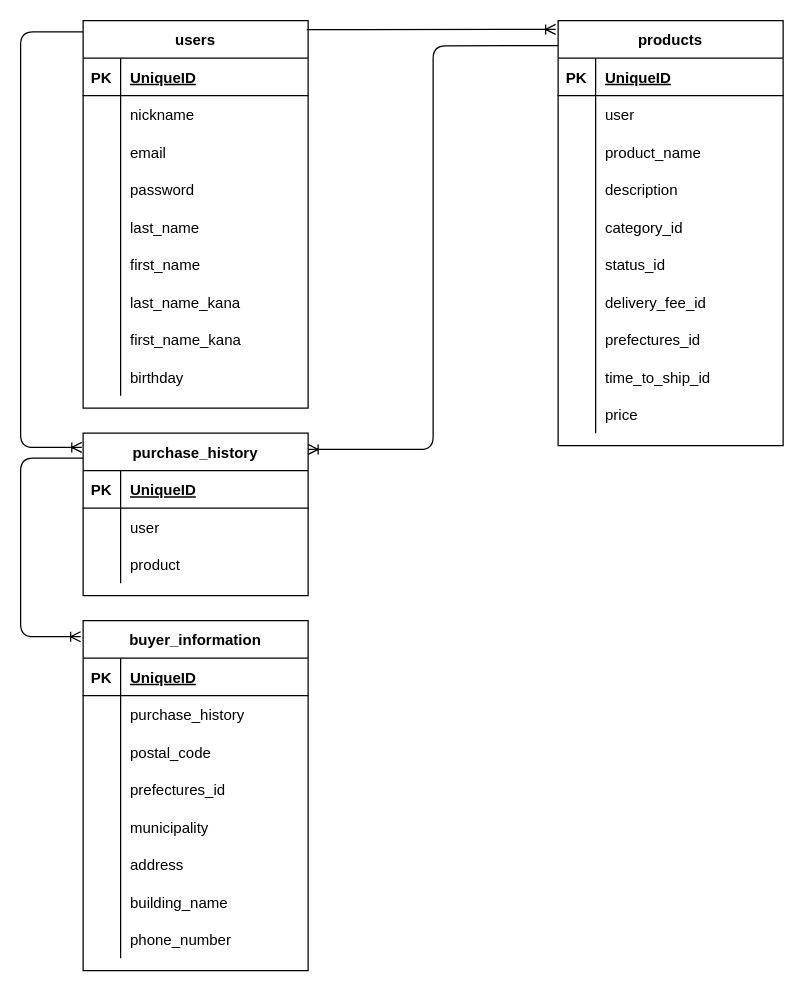
The draw.io diagram ER.dio in koshiro-saito/furima-31967, before the edit. Source tidied: cells renumbered, new cells numbered last; positions are measured from the earlier drawing's top-left corner, leaving out a move shared by most shapes. Both pictures are drawn from the tidied source at 125%, with x=0, y=0 at pixel (20, 20).
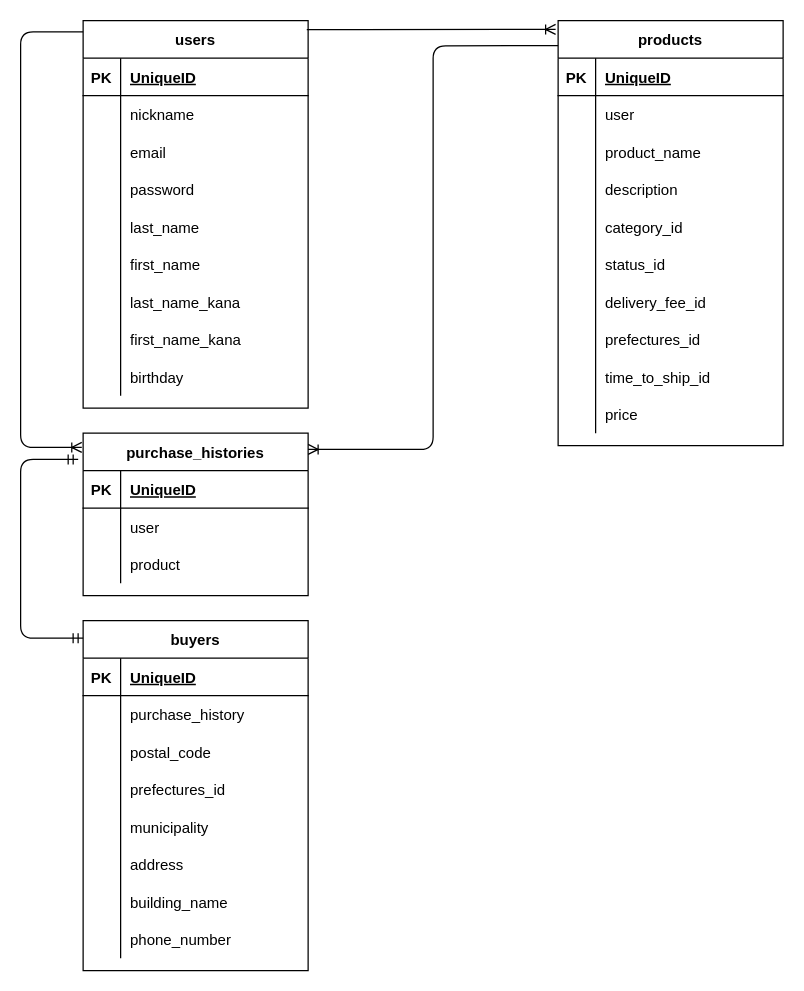
The same page after the edit.

What changed in the source:
```diff
@@
-    <mxCell id="61" value="purchase_history" style="shape=table;startSize=30;childLayout=tableLayout;rowLines=0;fontStyle=1;align=center;" parent="1" vertex="1">
+    <mxCell id="61" value="purchase_histories" style="shape=table;startSize=30;childLayout=tableLayout;rowLines=0;fontStyle=1;align=center;" parent="1" vertex="1">
       <mxGeometry x="50" y="330" width="180" height="130" as="geometry" />
     </mxCell>
@@
-    <mxCell id="72" value="buyer_information" style="shape=table;startSize=30;childLayout=tableLayout;rowLines=0;fontStyle=1;align=center;" parent="1" vertex="1">
+    <mxCell id="72" value="buyers" style="shape=table;startSize=30;childLayout=tableLayout;rowLines=0;fontStyle=1;align=center;" parent="1" vertex="1">
       <mxGeometry x="50" y="480" width="180" height="280" as="geometry" />
     </mxCell>
@@
-    <mxCell id="99" style="edgeStyle=elbowEdgeStyle;fontSize=12;html=1;endArrow=ERoneToMany;exitX=0;exitY=0.154;exitDx=0;exitDy=0;exitPerimeter=0;entryX=-0.011;entryY=0.046;entryDx=0;entryDy=0;entryPerimeter=0;" parent="1" edge="1" source="61" target="72">
-      <mxGeometry relative="1" as="geometry">
-        <Array as="points">
-          <mxPoint y="420" />
-        </Array>
-      </mxGeometry>
-    </mxCell>
+    <mxCell id="100" style="edgeStyle=orthogonalEdgeStyle;fontSize=12;html=1;endArrow=ERmandOne;startArrow=ERmandOne;entryX=-0.022;entryY=0.162;entryDx=0;entryDy=0;entryPerimeter=0;exitX=0;exitY=0.05;exitDx=0;exitDy=0;exitPerimeter=0;" parent="1" edge="1" source="72" target="61">
+      <mxGeometry relative="1" as="geometry">
+        <Array as="points">
+          <mxPoint y="494" />
+          <mxPoint y="351" />
+        </Array>
+      </mxGeometry>
+    </mxCell>
```
